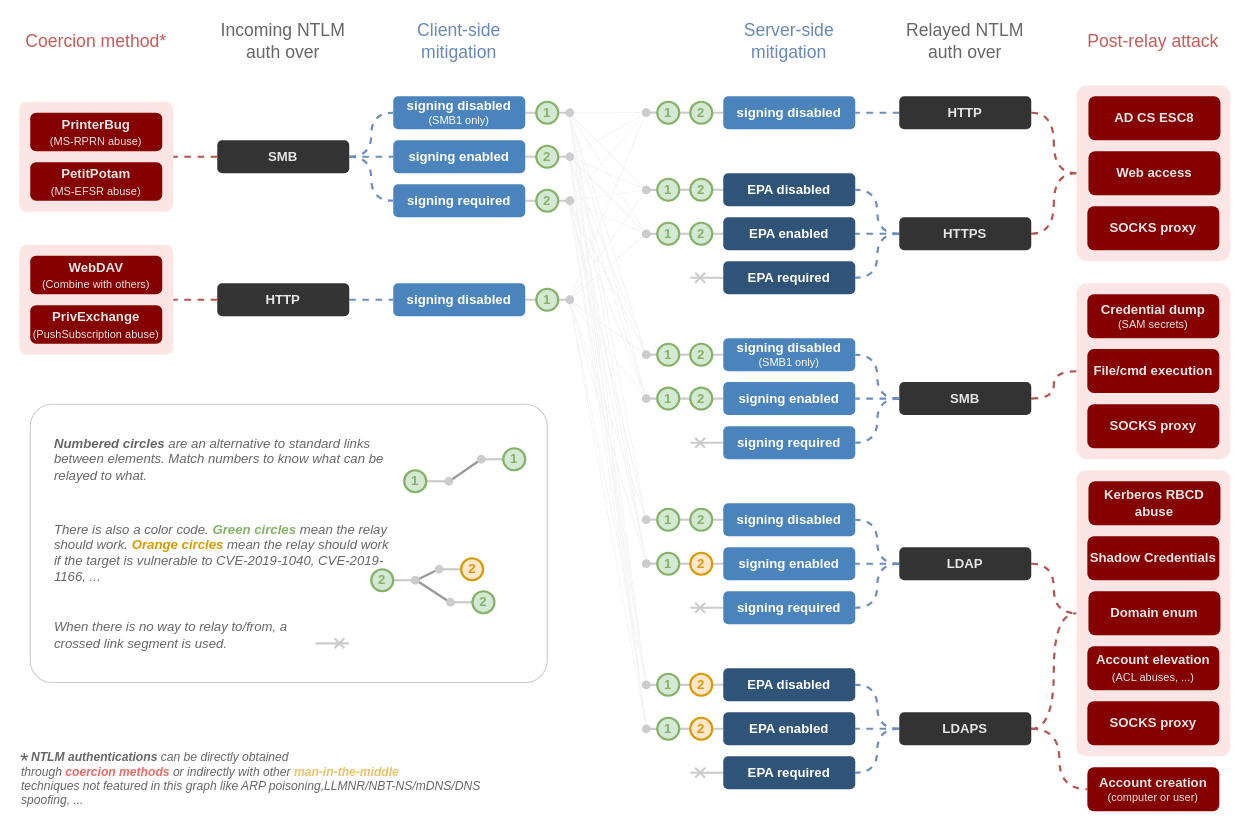
Above: page "Copy of Copy of Page-1" (3 of 3) of .assets/ntlm_relay.drawio in The-Hacker-Recipes/The-Hacker-Recipes (draw.io), before the change. Source tidied: cells renumbered, new cells numbered last; positions are measured from the earlier drawing's top-left corner, leaving out a move shared by most shapes. Both pictures are drawn from the tidied source at 110%, with x=0, y=0 at pixel (19, 19).
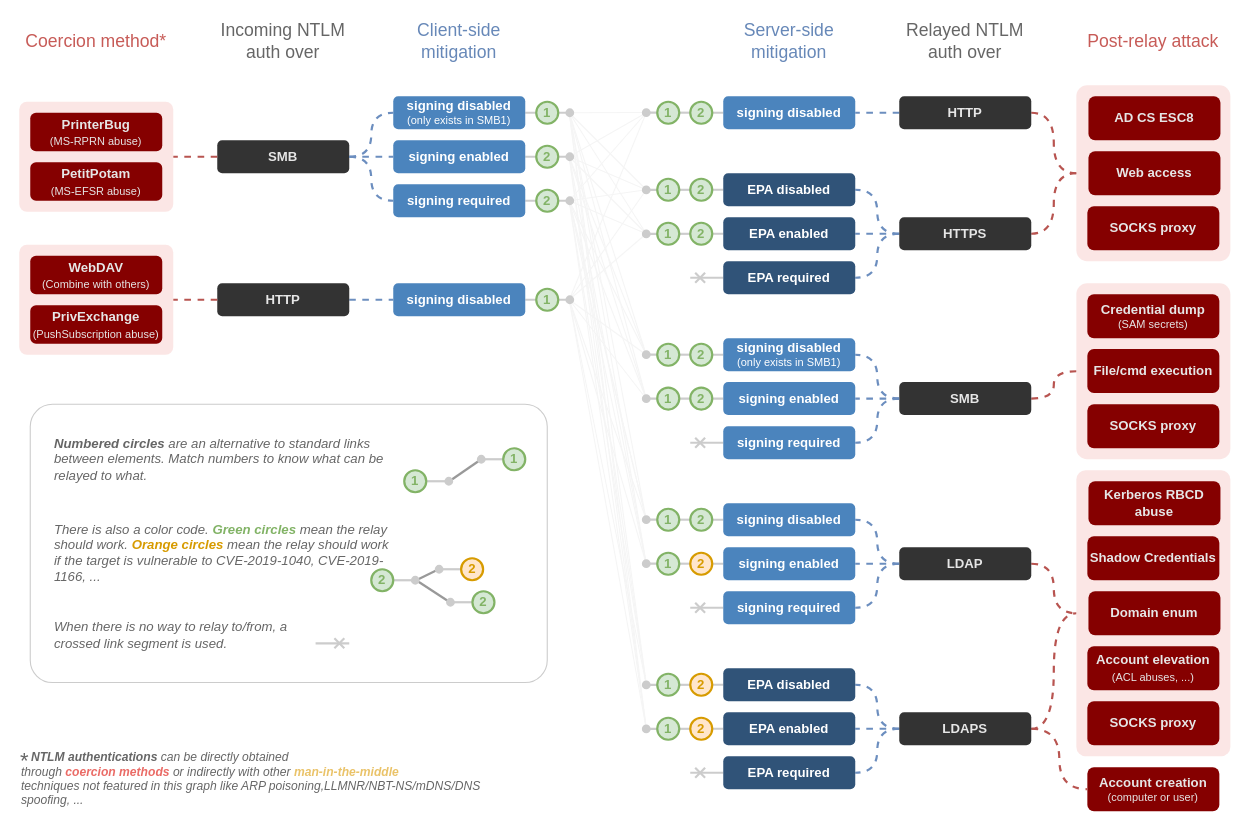
The same diagram, later.

Change to the diagram source:
```diff
@@
-    <mxCell id="109" value="&lt;div&gt;signing disabled&lt;/div&gt;&lt;div style=&quot;font-size: 10px&quot;&gt;&lt;span style=&quot;font-weight: normal&quot;&gt;(SMB1 only)&lt;/span&gt;&lt;br&gt;&lt;/div&gt;" style="rounded=1;whiteSpace=wrap;html=1;strokeColor=none;fontStyle=1;fillColor=#4B84BD;fontColor=#FFFFFF;" parent="1" vertex="1">
+    <mxCell id="109" value="&lt;div&gt;signing disabled&lt;/div&gt;&lt;div style=&quot;font-size: 10px&quot;&gt;&lt;span style=&quot;font-weight: normal&quot;&gt;(only exists in SMB1)&lt;/span&gt;&lt;br&gt;&lt;/div&gt;" style="rounded=1;whiteSpace=wrap;html=1;strokeColor=none;fontStyle=1;fillColor=#4B84BD;fontColor=#FFFFFF;" parent="1" vertex="1">
       <mxGeometry x="640" y="290" width="120" height="30" as="geometry" />
     </mxCell>
@@
-    <mxCell id="125" value="&lt;div&gt;signing disabled&lt;/div&gt;&lt;div style=&quot;font-size: 10px&quot;&gt;&lt;span style=&quot;font-weight: normal&quot;&gt;(SMB1 only)&lt;/span&gt;&lt;br&gt;&lt;/div&gt;" style="rounded=1;whiteSpace=wrap;html=1;strokeColor=none;fontStyle=1;fillColor=#4B84BD;fontColor=#FFFFFF;" parent="1" vertex="1">
+    <mxCell id="125" value="&lt;div&gt;signing disabled&lt;/div&gt;&lt;div style=&quot;font-size: 10px&quot;&gt;&lt;span style=&quot;font-weight: normal&quot;&gt;(only exists in SMB1)&lt;/span&gt;&lt;br&gt;&lt;/div&gt;" style="rounded=1;whiteSpace=wrap;html=1;strokeColor=none;fontStyle=1;fillColor=#4B84BD;fontColor=#FFFFFF;" parent="1" vertex="1">
       <mxGeometry x="340" y="70" width="120" height="30" as="geometry" />
     </mxCell>
```
